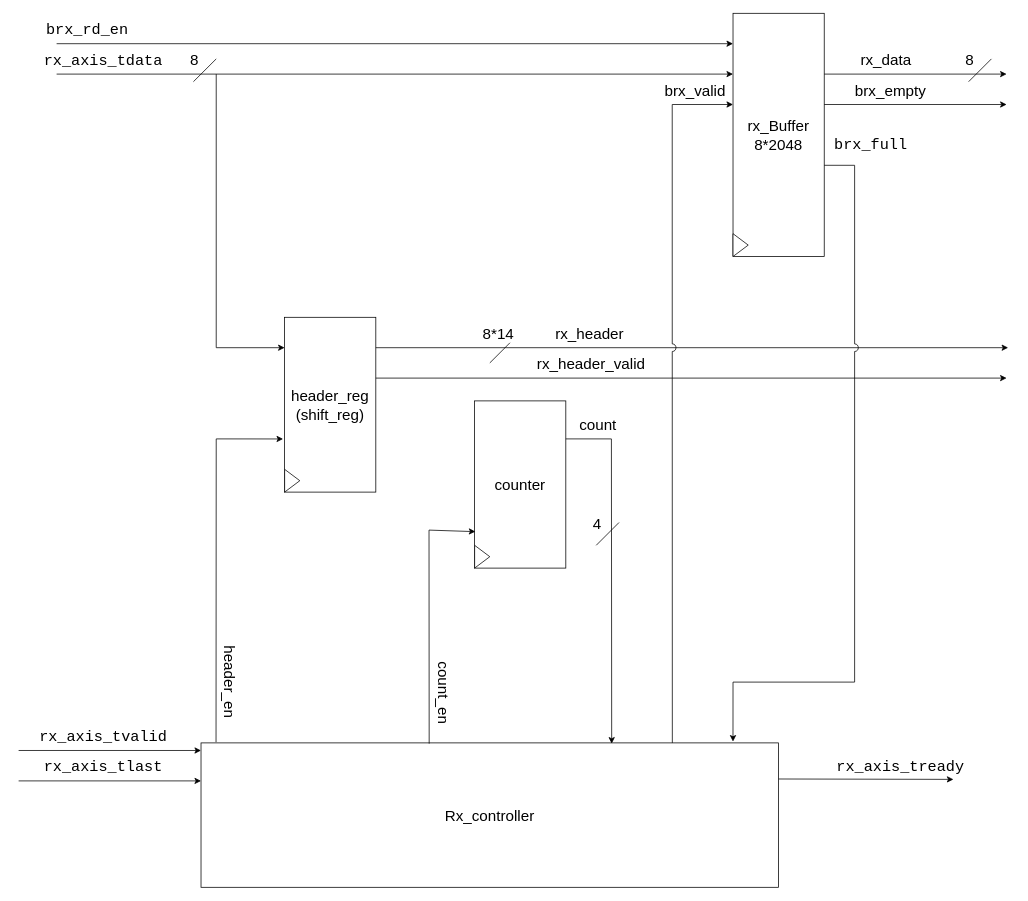
Before: page "receiver" (5 of 9) of docx/packet_gen.drawio in MuhammadBoota09299/tri_mode_ethernet_mac_0_axi_pat_gen, a draw.io diagram. Source tidied: cells renumbered, new cells numbered last; positions are measured from the earlier drawing's top-left corner, leaving out a move shared by most shapes. Both pictures are drawn from the tidied source at 76%, with x=0, y=0 at pixel (18, 13).
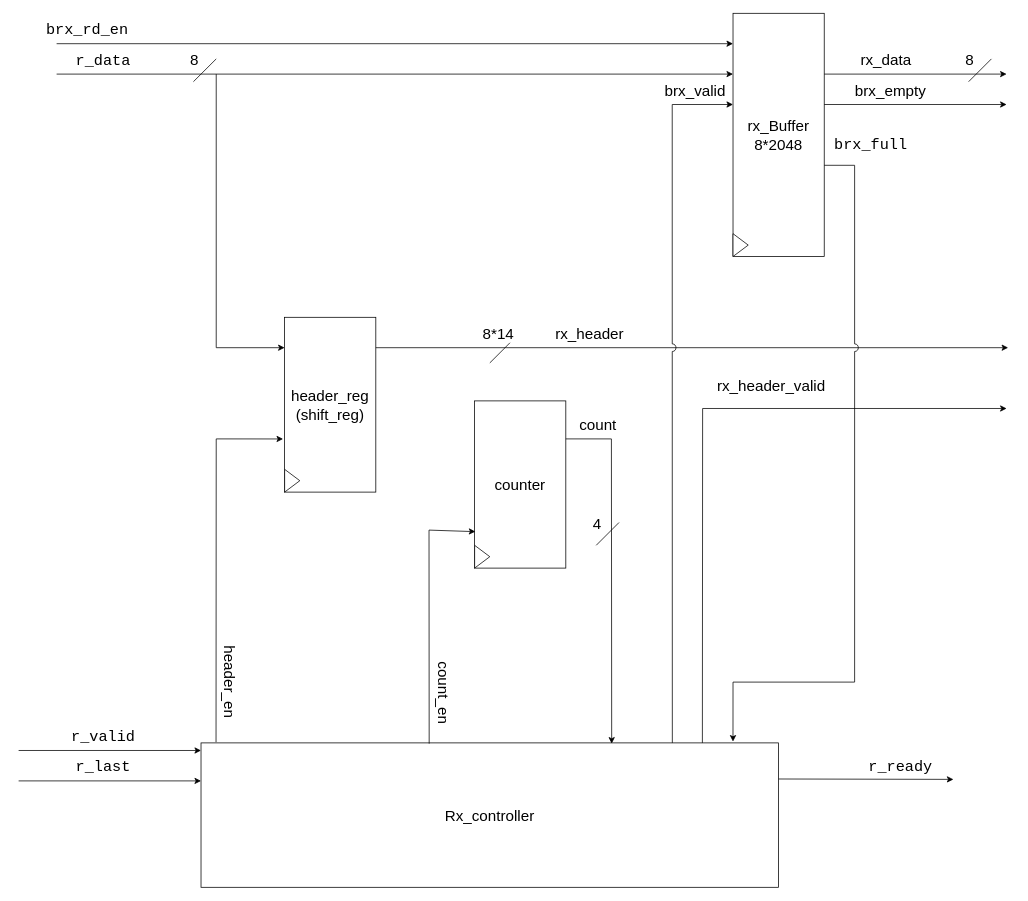
After the change.

The change refers to these unchanged cells:
```xml
<mxCell id="10" value="Rx_controller" style="rounded=0;whiteSpace=wrap;html=1;fontSize=20;" parent="1" vertex="1">
  <mxGeometry x="240" y="960" width="760" height="190" as="geometry" />
</mxCell>
<mxCell id="23" style="endArrow=classic;html=1;rounded=0;fontSize=20;" parent="1" edge="1">
  <mxGeometry relative="1" as="geometry">
    <mxPoint x="50" y="80" as="sourcePoint" />
    <mxPoint x="940" y="80" as="targetPoint" />
  </mxGeometry>
</mxCell>
<mxCell id="29" style="endArrow=classic;html=1;rounded=0;fontSize=20;" parent="1" edge="1">
  <mxGeometry relative="1" as="geometry">
    <mxPoint y="970" as="sourcePoint" />
    <mxPoint x="240" y="970" as="targetPoint" />
  </mxGeometry>
</mxCell>
<mxCell id="31" style="endArrow=classic;html=1;rounded=0;fontSize=20;" parent="1" edge="1">
  <mxGeometry relative="1" as="geometry">
    <mxPoint y="1010" as="sourcePoint" />
    <mxPoint x="240" y="1010" as="targetPoint" />
  </mxGeometry>
</mxCell>
<mxCell id="44" style="endArrow=classic;html=1;rounded=0;exitX=1;exitY=0.25;exitDx=0;exitDy=0;fontSize=20;" parent="1" edge="1" source="10">
  <mxGeometry relative="1" as="geometry">
    <mxPoint x="1230" y="1008" as="targetPoint" />
  </mxGeometry>
</mxCell>
```

What changed in the source:
```diff
@@
-    <mxCell id="24" value="&lt;span style=&quot;font-family: Consolas, &amp;quot;Courier New&amp;quot;, monospace; white-space-collapse: preserve;&quot;&gt;rx_axis_tdata&lt;/span&gt;" style="edgeLabel;html=1;align=center;verticalAlign=middle;fontSize=20;" parent="23" vertex="1">
+    <mxCell id="24" value="&lt;span style=&quot;font-family: Consolas, &amp;quot;Courier New&amp;quot;, monospace; white-space-collapse: preserve;&quot;&gt;r_data&lt;/span&gt;" style="edgeLabel;html=1;align=center;verticalAlign=middle;fontSize=20;" parent="23" vertex="1">
       <mxGeometry x="-0.91" y="4" relative="1" as="geometry">
         <mxPoint x="20" y="-16" as="offset" />
       </mxGeometry>
     </mxCell>
@@
-    <mxCell id="30" value="&lt;span style=&quot;font-family: Consolas, &amp;quot;Courier New&amp;quot;, monospace; white-space-collapse: preserve;&quot;&gt;rx_axis_tvalid&lt;/span&gt;" style="edgeLabel;html=1;align=center;verticalAlign=middle;fontSize=20;" parent="29" vertex="1">
+    <mxCell id="30" value="&lt;span style=&quot;font-family: Consolas, &amp;quot;Courier New&amp;quot;, monospace; white-space-collapse: preserve;&quot;&gt;r_valid&lt;/span&gt;" style="edgeLabel;html=1;align=center;verticalAlign=middle;fontSize=20;" parent="29" vertex="1">
       <mxGeometry x="-0.28" y="-1" relative="1" as="geometry">
         <mxPoint x="24" y="-21" as="offset" />
       </mxGeometry>
     </mxCell>
@@
-    <mxCell id="32" value="&lt;span style=&quot;font-family: Consolas, &amp;quot;Courier New&amp;quot;, monospace; white-space-collapse: preserve;&quot;&gt;rx_axis_tlast&lt;/span&gt;" style="edgeLabel;html=1;align=center;verticalAlign=middle;fontSize=20;" parent="31" vertex="1">
+    <mxCell id="32" value="&lt;span style=&quot;font-family: Consolas, &amp;quot;Courier New&amp;quot;, monospace; white-space-collapse: preserve;&quot;&gt;r_last&lt;/span&gt;" style="edgeLabel;html=1;align=center;verticalAlign=middle;fontSize=20;" parent="31" vertex="1">
       <mxGeometry x="-0.28" y="-1" relative="1" as="geometry">
         <mxPoint x="24" y="-21" as="offset" />
       </mxGeometry>
     </mxCell>
@@
-    <mxCell id="42" style="endArrow=classic;html=1;rounded=0;fontSize=20;" parent="1" edge="1">
+    <mxCell id="42" style="endArrow=classic;html=1;rounded=0;fontSize=20;exitX=0.868;exitY=0;exitDx=0;exitDy=0;exitPerimeter=0;" parent="1" edge="1" source="10">
       <mxGeometry relative="1" as="geometry">
-        <mxPoint x="470" y="480" as="sourcePoint" />
-        <mxPoint x="1300" y="480" as="targetPoint" />
+        <mxPoint x="1300" y="520" as="targetPoint" />
+        <Array as="points">
+          <mxPoint x="900" y="520" />
+        </Array>
       </mxGeometry>
     </mxCell>
     <mxCell id="43" value="&lt;font&gt;rx_header_valid&lt;/font&gt;" style="edgeLabel;html=1;align=center;verticalAlign=middle;fontSize=20;" parent="42" vertex="1">
       <mxGeometry x="-0.34" relative="1" as="geometry">
-        <mxPoint x="8" y="-20" as="offset" />
+        <mxPoint x="90" y="-194" as="offset" />
       </mxGeometry>
     </mxCell>
@@
-    <mxCell id="45" value="&lt;span style=&quot;font-family: Consolas, &amp;quot;Courier New&amp;quot;, monospace; white-space-collapse: preserve;&quot;&gt;rx_axis_tready&lt;/span&gt;" style="edgeLabel;html=1;align=center;verticalAlign=middle;fontSize=20;" parent="44" vertex="1">
+    <mxCell id="45" value="&lt;span style=&quot;font-family: Consolas, &amp;quot;Courier New&amp;quot;, monospace; white-space-collapse: preserve;&quot;&gt;r_ready&lt;/span&gt;" style="edgeLabel;html=1;align=center;verticalAlign=middle;fontSize=20;" parent="44" vertex="1">
       <mxGeometry x="0.25" y="-1" relative="1" as="geometry">
         <mxPoint x="16" y="-19" as="offset" />
       </mxGeometry>
     </mxCell>
```
